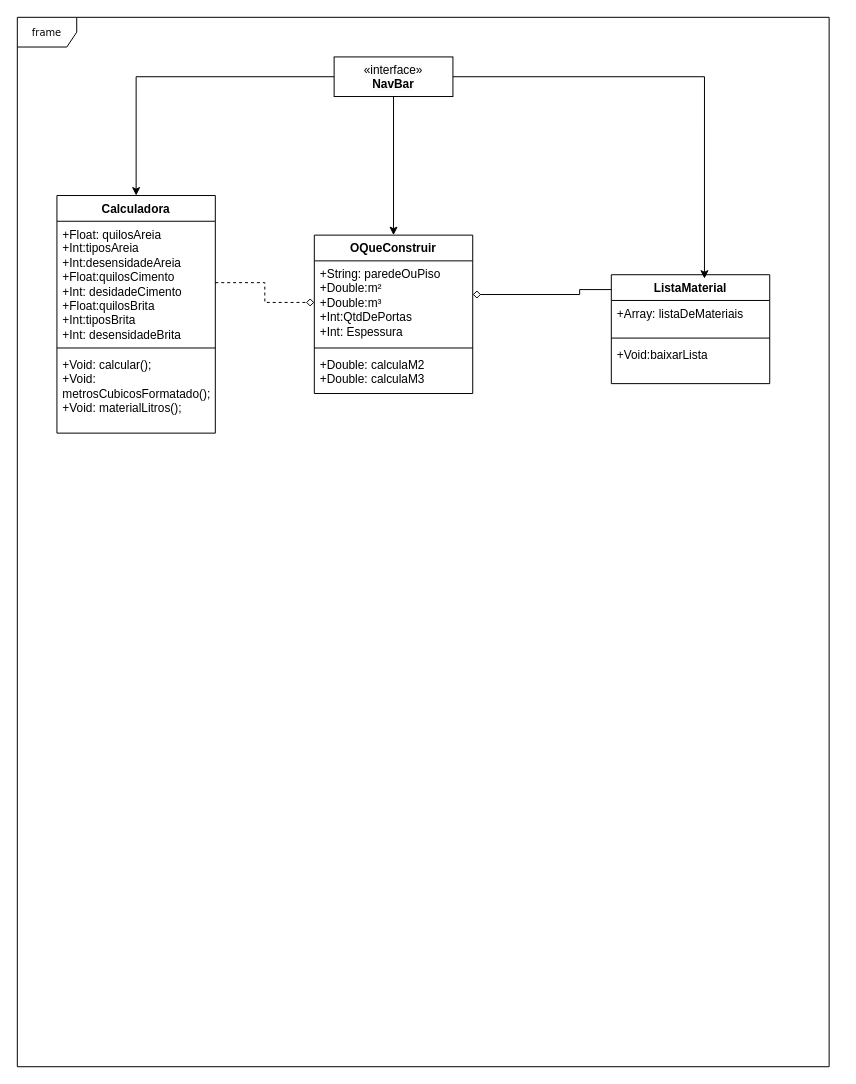
Earlier version of the draw.io diagram Diagramas/Diagrama sem nome.drawio (VianaGu/ConstruMath). Source tidied: cells renumbered, new cells numbered last; positions are measured from the earlier drawing's top-left corner, leaving out a move shared by most shapes. Both pictures are drawn from the tidied source at 99%, with x=0, y=0 at pixel (17, 17).
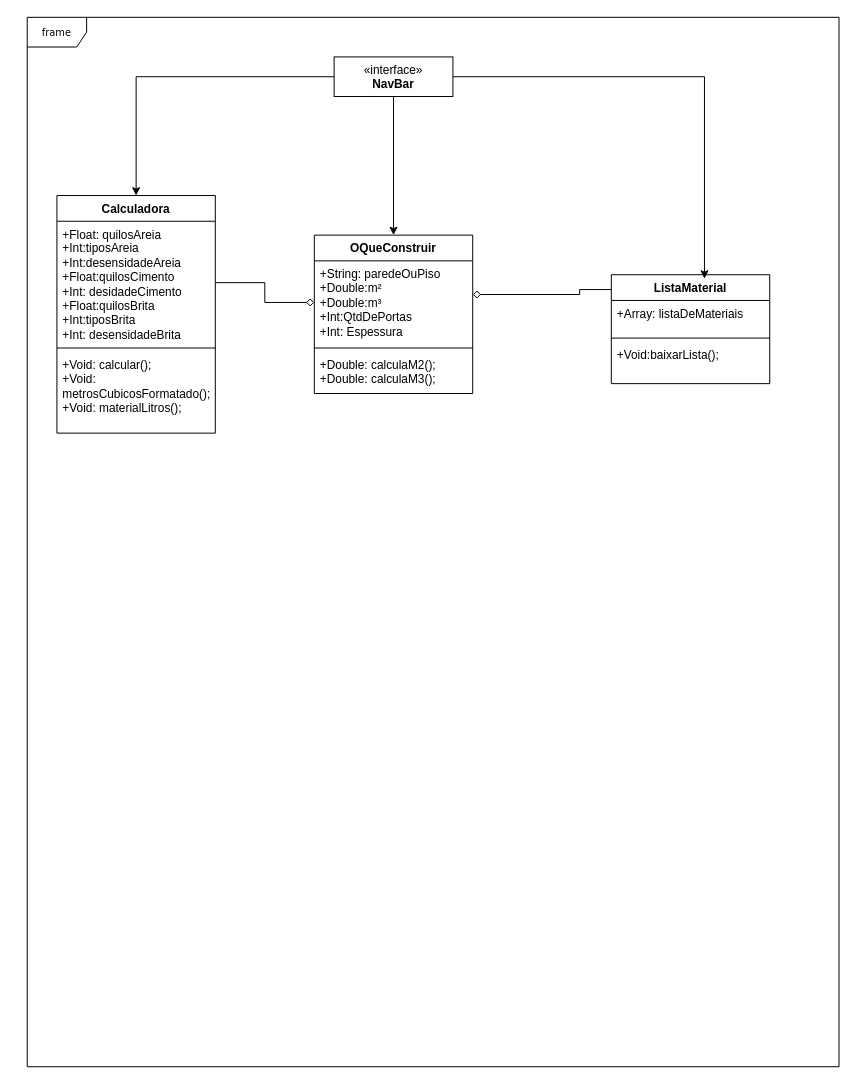
The same page after the edit.

Unchanged cells that the change refers to:
```xml
<mxCell id="3" value="OQueConstruir" style="swimlane;fontStyle=1;align=center;verticalAlign=top;horizontal=1;startSize=26;whiteSpace=wrap;html=1;" parent="1" vertex="1">
  <mxGeometry x="300" y="220" width="160" height="160" as="geometry" />
</mxCell>
<mxCell id="4" value="&lt;div&gt;&lt;div&gt;+String: paredeOuPiso&lt;/div&gt;&lt;/div&gt;&lt;div&gt;+Double:m²&lt;/div&gt;&lt;div&gt;+Double:m³&lt;/div&gt;&lt;div&gt;+Int:QtdDePortas&lt;/div&gt;&lt;div&gt;+Int: Espessura&lt;/div&gt;" style="text;strokeColor=none;fillColor=none;align=left;verticalAlign=top;spacingLeft=4;spacingRight=4;overflow=hidden;points=[[0,0.5],[1,0.5]];portConstraint=eastwest;whiteSpace=wrap;html=1;" parent="3" vertex="1">
  <mxGeometry y="26" width="160" height="84" as="geometry" />
</mxCell>
<mxCell id="8" value="&lt;div&gt;&lt;div&gt;+Float: quilosAreia&lt;/div&gt;&lt;/div&gt;&lt;div&gt;+Int:tiposAreia&lt;/div&gt;&lt;div&gt;+Int:desensidadeAreia&lt;/div&gt;&lt;div&gt;+Float:quilosCimento&lt;/div&gt;&lt;div&gt;+Int: desidadeCimento&lt;/div&gt;&lt;div&gt;+Float:quilosBrita&lt;/div&gt;&lt;div&gt;+Int:tiposBrita&lt;/div&gt;&lt;div&gt;+Int: desensidadeBrita&lt;/div&gt;" style="text;strokeColor=none;fillColor=none;align=left;verticalAlign=top;spacingLeft=4;spacingRight=4;overflow=hidden;points=[[0,0.5],[1,0.5]];portConstraint=eastwest;whiteSpace=wrap;html=1;" parent="7" vertex="1">
  <mxGeometry y="26" width="160" height="124" as="geometry" />
</mxCell>
<mxCell id="13" value="&lt;span style=&quot;color: rgb(0, 0, 0); font-family: Helvetica; font-size: 12px; font-style: normal; font-variant-ligatures: normal; font-variant-caps: normal; font-weight: 400; letter-spacing: normal; orphans: 2; text-align: center; text-indent: 0px; text-transform: none; widows: 2; word-spacing: 0px; -webkit-text-stroke-width: 0px; white-space: normal; background-color: rgb(251, 251, 251); text-decoration-thickness: initial; text-decoration-style: initial; text-decoration-color: initial; display: inline !important; float: none;&quot;&gt;«interface»&lt;/span&gt;&lt;br style=&quot;forced-color-adjust: none; color: rgb(0, 0, 0); font-family: Helvetica; font-size: 12px; font-style: normal; font-variant-ligatures: normal; font-variant-caps: normal; font-weight: 400; letter-spacing: normal; orphans: 2; text-align: center; text-indent: 0px; text-transform: none; widows: 2; word-spacing: 0px; -webkit-text-stroke-width: 0px; white-space: normal; background-color: rgb(251, 251, 251); text-decoration-thickness: initial; text-decoration-style: initial; text-decoration-color: initial;&quot;&gt;&lt;b style=&quot;forced-color-adjust: none; color: rgb(0, 0, 0); font-family: Helvetica; font-size: 12px; font-style: normal; font-variant-ligatures: normal; font-variant-caps: normal; letter-spacing: normal; orphans: 2; text-align: center; text-indent: 0px; text-transform: none; widows: 2; word-spacing: 0px; -webkit-text-stroke-width: 0px; white-space: normal; background-color: rgb(251, 251, 251); text-decoration-thickness: initial; text-decoration-style: initial; text-decoration-color: initial;&quot;&gt;NavBar&lt;/b&gt;&lt;div&gt;&lt;br/&gt;&lt;/div&gt;" style="whiteSpace=wrap;html=1;verticalAlign=top;fontStyle=1;startSize=26;" parent="1" vertex="1">
  <mxGeometry x="320" y="40" width="120" height="40" as="geometry" />
</mxCell>
<mxCell id="15" value="ListaMaterial" style="swimlane;fontStyle=1;align=center;verticalAlign=top;horizontal=1;startSize=26;whiteSpace=wrap;html=1;" parent="1" vertex="1">
  <mxGeometry x="600" y="260" width="160" height="110" as="geometry" />
</mxCell>
```

The edit, as a diff of the source:
```diff
@@
     <mxCell id="2" value="frame" style="shape=umlFrame;whiteSpace=wrap;html=1;rounded=0;shadow=0;comic=0;labelBackgroundColor=none;strokeWidth=1;fontFamily=Verdana;fontSize=10;align=center;" parent="1" vertex="1">
-      <mxGeometry width="820" height="1060" as="geometry" />
+      <mxGeometry x="10" width="820" height="1060" as="geometry" />
     </mxCell>
@@
-    <mxCell id="6" value="&lt;div&gt;+Double: calculaM2&lt;/div&gt;&lt;div&gt;+Double: calculaM3&lt;/div&gt;&lt;div&gt;&lt;br&gt;&lt;/div&gt;" style="text;strokeColor=none;fillColor=none;align=left;verticalAlign=top;spacingLeft=4;spacingRight=4;overflow=hidden;whiteSpace=wrap;html=1;" parent="3" vertex="1">
+    <mxCell id="6" value="&lt;div&gt;+Double: calculaM2();&lt;/div&gt;&lt;div&gt;+Double: calculaM3();&lt;/div&gt;&lt;div&gt;&lt;br&gt;&lt;/div&gt;" style="text;strokeColor=none;fillColor=none;align=left;verticalAlign=top;spacingLeft=4;spacingRight=4;overflow=hidden;whiteSpace=wrap;html=1;" parent="3" vertex="1">
       <mxGeometry y="118" width="160" height="42" as="geometry" />
     </mxCell>
@@
-    <mxCell id="11" style="edgeStyle=orthogonalEdgeStyle;rounded=0;jettySize=auto;html=1;" parent="1" edge="1" source="13" target="3">
-      <mxGeometry relative="1" as="geometry" />
+    <mxCell id="11" style="edgeStyle=orthogonalEdgeStyle;rounded=0;jettySize=auto;html=1;flowAnimation=0;shadow=0;" parent="1" edge="1" source="13" target="3">
+      <mxGeometry relative="1" as="geometry">
+        <Array as="points">
+          <mxPoint x="380" y="150" />
+          <mxPoint x="380" y="150" />
+        </Array>
+      </mxGeometry>
     </mxCell>
@@
-    <mxCell id="14" style="edgeStyle=orthogonalEdgeStyle;rounded=0;jettySize=auto;html=1;dashed=1;startArrow=none;startFill=0;endArrow=diamond;endFill=0;" parent="1" edge="1" source="8" target="4">
+    <mxCell id="14" style="edgeStyle=orthogonalEdgeStyle;rounded=0;jettySize=auto;html=1;startArrow=none;startFill=0;endArrow=diamond;endFill=0;" parent="1" edge="1" source="8" target="4">
       <mxGeometry relative="1" as="geometry" />
     </mxCell>
@@
-    <mxCell id="18" value="&lt;div&gt;+Void:baixarLista&lt;/div&gt;&lt;div&gt;&lt;br&gt;&lt;/div&gt;" style="text;strokeColor=none;fillColor=none;align=left;verticalAlign=top;spacingLeft=4;spacingRight=4;overflow=hidden;whiteSpace=wrap;html=1;" parent="15" vertex="1">
+    <mxCell id="18" value="&lt;div&gt;+Void:baixarLista();&lt;/div&gt;&lt;div&gt;&lt;br&gt;&lt;/div&gt;" style="text;strokeColor=none;fillColor=none;align=left;verticalAlign=top;spacingLeft=4;spacingRight=4;overflow=hidden;whiteSpace=wrap;html=1;" parent="15" vertex="1">
       <mxGeometry y="68" width="160" height="42" as="geometry" />
     </mxCell>
```
